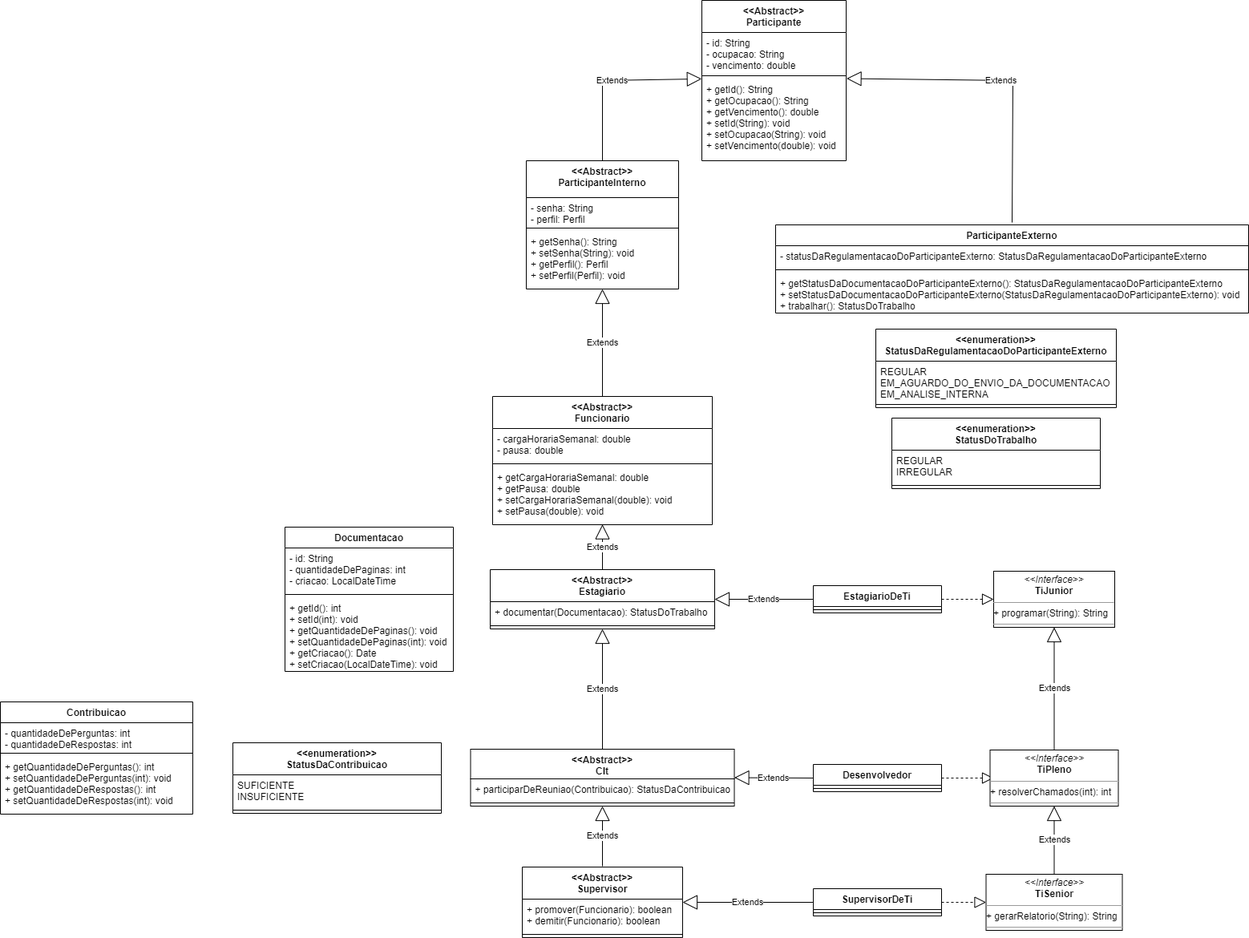
Before: erp.png, a diagram exported from draw.io (andre-alck/erp). Source tidied: cells renumbered, new cells last; positions are measured from the earlier drawing's top-left corner, leaving out a move shared by most shapes.
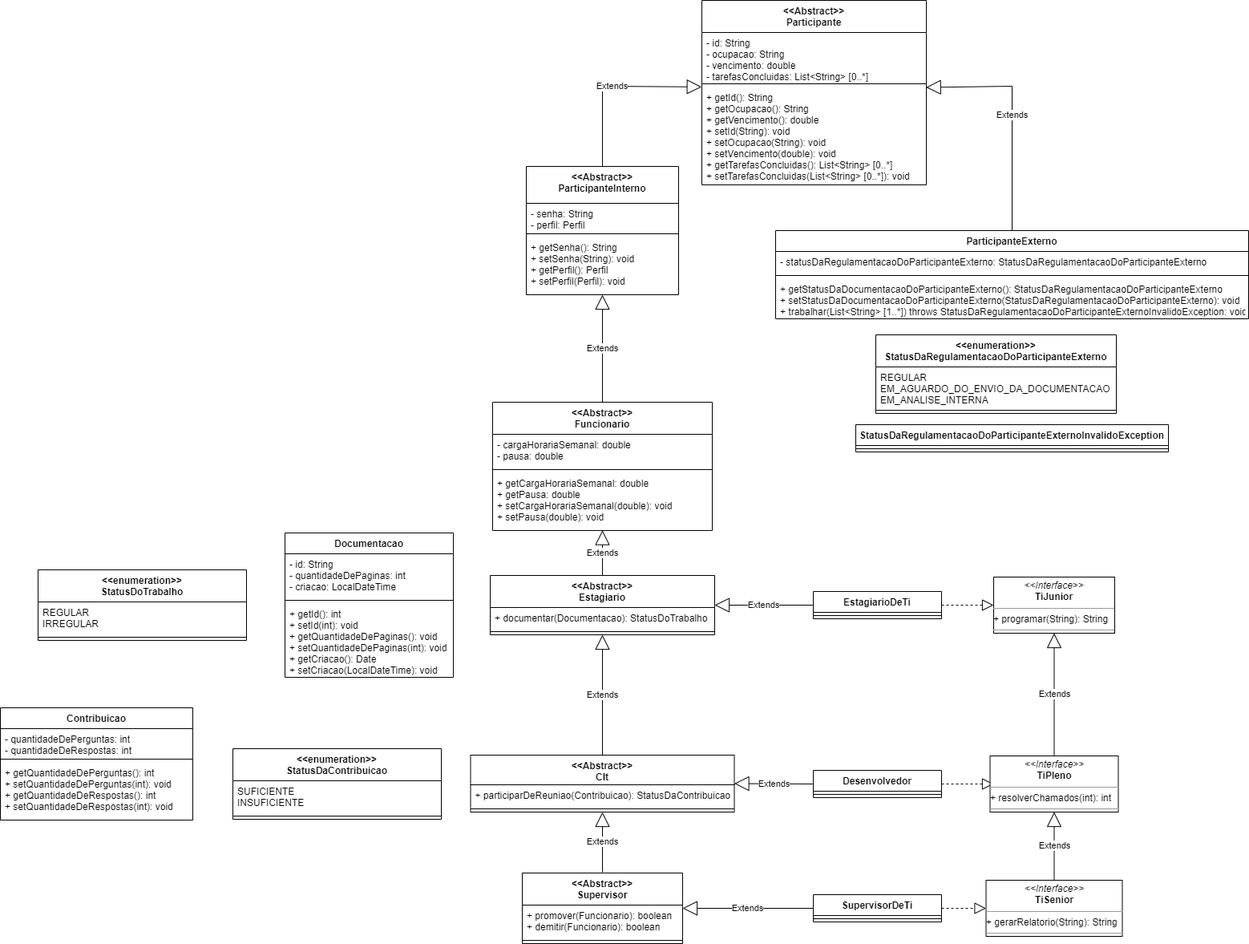
The same diagram one commit later.

Commit message:
docs: add atributo tarefasConcluidas; lanca excecao ao inves de codigo de operacao para metodo trabalhar

The edit, as a diff of the source:
```diff
@@ -6,16 +6,16 @@
       <mxGeometry x="933.5" y="570" as="geometry" />
     </mxCell>
     <mxCell id="3" value="&lt;&lt;Abstract&gt;&gt;&#10;Participante" style="swimlane;fontStyle=1;align=center;verticalAlign=top;horizontal=1;startSize=40;" parent="1" vertex="1">
-      <mxGeometry x="875" width="180" height="200" as="geometry" />
+      <mxGeometry x="875" y="-7" width="280" height="230" as="geometry" />
     </mxCell>
-    <mxCell id="4" value="- id: String&#10;- ocupacao: String&#10;- vencimento: double" style="text;strokeColor=none;fillColor=none;align=left;verticalAlign=top;spacingLeft=4;spacingRight=4;overflow=hidden;" parent="3" vertex="1">
-      <mxGeometry y="40" width="180" height="50" as="geometry" />
+    <mxCell id="4" value="- id: String&#10;- ocupacao: String&#10;- vencimento: double&#10;- tarefasConcluidas: List&lt;String&gt; [0..*]" style="text;strokeColor=none;fillColor=none;align=left;verticalAlign=top;spacingLeft=4;spacingRight=4;overflow=hidden;" parent="3" vertex="1">
+      <mxGeometry y="40" width="280" height="60" as="geometry" />
     </mxCell>
     <mxCell id="5" style="line;strokeWidth=1;fillColor=none;align=left;verticalAlign=middle;spacingTop=-1;spacingLeft=3;spacingRight=3;labelPosition=right;strokeColor=inherit;" parent="3" vertex="1">
-      <mxGeometry y="90" width="180" height="8" as="geometry" />
+      <mxGeometry y="100" width="280" height="8" as="geometry" />
     </mxCell>
-    <mxCell id="6" value="+ getId(): String&#10;+ getOcupacao(): String&#10;+ getVencimento(): double&#10;+ setId(String): void&#10;+ setOcupacao(String): void&#10;+ setVencimento(double): void" style="text;strokeColor=none;fillColor=none;align=left;verticalAlign=top;spacingLeft=4;spacingRight=4;overflow=hidden;points=[[0,0.5],[1,0.5]];portConstraint=eastwest;" parent="3" vertex="1">
-      <mxGeometry y="98" width="180" height="102" as="geometry" />
+    <mxCell id="6" value="+ getId(): String&#10;+ getOcupacao(): String&#10;+ getVencimento(): double&#10;+ setId(String): void&#10;+ setOcupacao(String): void&#10;+ setVencimento(double): void&#10;+ getTarefasConcluidas(): List&lt;String&gt; [0..*]&#10;+ setTarefasConcluidas(List&lt;String&gt; [0..*]): void" style="text;strokeColor=none;fillColor=none;align=left;verticalAlign=top;spacingLeft=4;spacingRight=4;overflow=hidden;points=[[0,0.5],[1,0.5]];portConstraint=eastwest;" parent="3" vertex="1">
+      <mxGeometry y="108" width="280" height="122" as="geometry" />
     </mxCell>
     <mxCell id="7" value="&lt;&lt;Abstract&gt;&gt;&#10;ParticipanteInterno" style="swimlane;fontStyle=1;align=center;verticalAlign=top;horizontal=1;startSize=46;" parent="1" vertex="1">
       <mxGeometry x="656" y="200" width="190" height="160" as="geometry" />
@@ -66,7 +66,7 @@
     <mxCell id="21" style="line;strokeWidth=1;fillColor=none;align=left;verticalAlign=middle;spacingTop=-1;spacingLeft=3;spacingRight=3;labelPosition=right;strokeColor=inherit;" parent="19" vertex="1">
       <mxGeometry y="52" width="590" height="8" as="geometry" />
     </mxCell>
-    <mxCell id="22" value="+ getStatusDaDocumentacaoDoParticipanteExterno(): StatusDaRegulamentacaoDoParticipanteExterno&#10;+ setStatusDaDocumentacaoDoParticipanteExterno(StatusDaRegulamentacaoDoParticipanteExterno): void&#10;+ trabalhar(): StatusDoTrabalho" style="text;strokeColor=none;fillColor=none;align=left;verticalAlign=top;spacingLeft=4;spacingRight=4;overflow=hidden;" parent="19" vertex="1">
+    <mxCell id="22" value="+ getStatusDaDocumentacaoDoParticipanteExterno(): StatusDaRegulamentacaoDoParticipanteExterno&#10;+ setStatusDaDocumentacaoDoParticipanteExterno(StatusDaRegulamentacaoDoParticipanteExterno): void&#10;+ trabalhar(List&lt;String&gt; [1..*]) throws StatusDaRegulamentacaoDoParticipanteExternoInvalidoException: void" style="text;strokeColor=none;fillColor=none;align=left;verticalAlign=top;spacingLeft=4;spacingRight=4;overflow=hidden;" parent="19" vertex="1">
       <mxGeometry y="60" width="590" height="50" as="geometry" />
     </mxCell>
     <mxCell id="23" value="&lt;&lt;enumeration&gt;&gt;&#10;StatusDaRegulamentacaoDoParticipanteExterno" style="swimlane;fontStyle=1;align=center;verticalAlign=top;horizontal=1;startSize=40;" parent="1" vertex="1">
@@ -79,7 +79,7 @@
       <mxGeometry y="90" width="300" height="8" as="geometry" />
     </mxCell>
     <mxCell id="26" value="&lt;&lt;enumeration&gt;&gt;&#10;StatusDoTrabalho" style="swimlane;fontStyle=1;align=center;verticalAlign=top;horizontal=1;startSize=40;" parent="1" vertex="1">
-      <mxGeometry x="1112" y="521" width="260" height="88" as="geometry" />
+      <mxGeometry x="47" y="703" width="260" height="88" as="geometry" />
     </mxCell>
     <mxCell id="27" value="REGULAR&#10;IRREGULAR" style="text;strokeColor=none;fillColor=none;align=left;verticalAlign=top;spacingLeft=4;spacingRight=4;overflow=hidden;" parent="26" vertex="1">
       <mxGeometry y="40" width="260" height="40" as="geometry" />
@@ -142,13 +142,6 @@
     <mxCell id="45" value="+ getId(): int&#10;+ setId(int): void&#10;+ getQuantidadeDePaginas(): void&#10;+ setQuantidadeDePaginas(int): void&#10;+ getCriacao(): Date&#10;+ setCriacao(LocalDateTime): void" style="text;strokeColor=none;fillColor=none;align=left;verticalAlign=top;spacingLeft=4;spacingRight=4;overflow=hidden;fontStyle=0;" parent="42" vertex="1">
       <mxGeometry y="88" width="210" height="92" as="geometry" />
     </mxCell>
-    <mxCell id="46" value="Extends" style="endArrow=block;endSize=16;endFill=0;html=1;rounded=0;exitX=0.5;exitY=-0.027;exitDx=0;exitDy=0;exitPerimeter=0;entryX=1.003;entryY=-0.005;entryDx=0;entryDy=0;entryPerimeter=0;" parent="1" edge="1" source="19" target="6">
-      <mxGeometry relative="1" as="geometry">
-        <Array as="points">
-          <mxPoint x="1263" y="100" />
-        </Array>
-      </mxGeometry>
-    </mxCell>
     <mxCell id="47" value="&lt;&lt;Abstract&gt;&gt;&#10;Clt" style="swimlane;fontStyle=1;align=center;verticalAlign=top;horizontal=1;startSize=37;" parent="1" vertex="1">
       <mxGeometry x="586.5" y="934" width="329" height="71" as="geometry" />
     </mxCell>
@@ -214,5 +207,18 @@
     <mxCell id="67" style="line;strokeWidth=1;fillColor=none;align=left;verticalAlign=middle;spacingTop=-1;spacingLeft=3;spacingRight=3;labelPosition=right;strokeColor=inherit;" parent="65" vertex="1">
       <mxGeometry y="80" width="260" height="8" as="geometry" />
     </mxCell>
+    <mxCell id="68" value="StatusDaRegulamentacaoDoParticipanteExternoInvalidoException" style="swimlane;fontStyle=1;align=center;verticalAlign=top;horizontal=1;startSize=26;whiteSpace=wrap;html=1;" parent="1" vertex="1">
+      <mxGeometry x="1067" y="522" width="390" height="34" as="geometry" />
+    </mxCell>
+    <mxCell id="69" style="line;strokeWidth=1;fillColor=none;align=left;verticalAlign=middle;spacingTop=-1;spacingLeft=3;spacingRight=3;labelPosition=right;strokeColor=inherit;" parent="68" vertex="1">
+      <mxGeometry y="26" width="390" height="8" as="geometry" />
+    </mxCell>
+    <mxCell id="46" value="Extends" style="endArrow=block;endSize=16;endFill=0;html=1;rounded=0;exitX=0.5;exitY=0;exitDx=0;exitDy=0;entryX=0.999;entryY=0.004;entryDx=0;entryDy=0;entryPerimeter=0;" parent="1" edge="1" source="19" target="6">
+      <mxGeometry relative="1" as="geometry">
+        <Array as="points">
+          <mxPoint x="1262" y="100" />
+        </Array>
+      </mxGeometry>
+    </mxCell>
   </root>
 </mxGraphModel>
```
